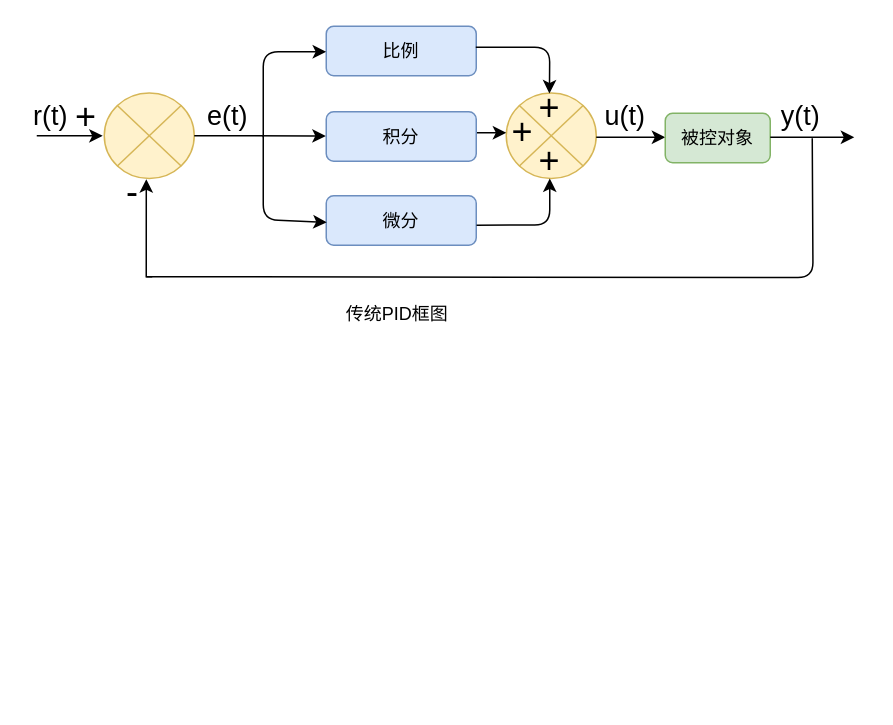
Before: 第二章绘图.drawio in madao101/draw, a draw.io diagram. Source tidied: cells renumbered, new cells numbered last; positions are measured from the earlier drawing's top-left corner, leaving out a move shared by most shapes. Both pictures are drawn from the tidied source at 150%, with x=0, y=0 at pixel (36, 26).
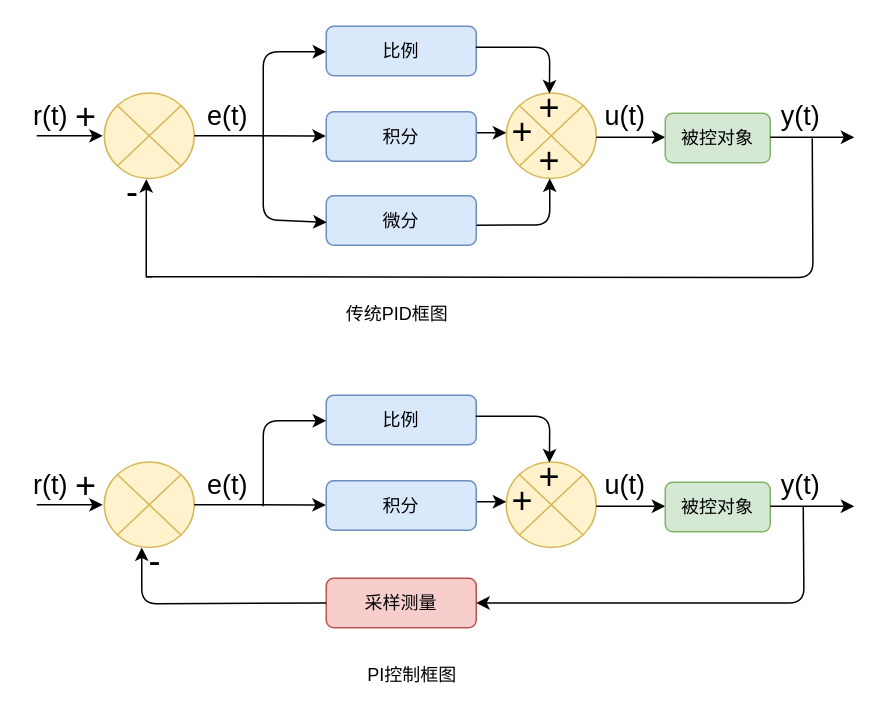
After the change.

Commit message:
更新第二章绘图.drawio

Diff of the diagram source:
```diff
@@
+    <mxCell id="29" style="endArrow=classic;html=1;rounded=1;entryX=-0.017;entryY=0.501;entryDx=0;entryDy=0;entryPerimeter=0;" parent="1" edge="1" target="31">
+      <mxGeometry relative="1" as="geometry">
+        <mxPoint y="319" as="sourcePoint" />
+      </mxGeometry>
+    </mxCell>
+    <mxCell id="30" value="比例" style="rounded=1;whiteSpace=wrap;html=1;shadow=0;glass=0;fillColor=#dae8fc;strokeColor=#6c8ebf;" parent="1" vertex="1">
+      <mxGeometry x="193" y="246" width="100" height="33" as="geometry" />
+    </mxCell>
+    <mxCell id="31" style="verticalLabelPosition=bottom;verticalAlign=top;html=1;shape=mxgraph.flowchart.or;rounded=1;fillColor=#fff2cc;strokeColor=#d6b656;" parent="1" vertex="1">
+      <mxGeometry x="45" y="290.5" width="60" height="57" as="geometry" />
+    </mxCell>
+    <mxCell id="32" value="积分" style="rounded=1;whiteSpace=wrap;html=1;fillColor=#dae8fc;strokeColor=#6c8ebf;" parent="1" vertex="1">
+      <mxGeometry x="193" y="303" width="100" height="33" as="geometry" />
+    </mxCell>
+    <mxCell id="33" style="verticalLabelPosition=bottom;verticalAlign=top;html=1;shape=mxgraph.flowchart.or;rounded=1;fillColor=#fff2cc;strokeColor=#d6b656;" parent="1" vertex="1">
+      <mxGeometry x="313" y="290.5" width="60" height="57" as="geometry" />
+    </mxCell>
+    <mxCell id="34" value="&lt;font style=&quot;font-size: 24px;&quot;&gt;+&lt;/font&gt;" style="text;strokeColor=none;align=center;fillColor=none;html=1;verticalAlign=middle;whiteSpace=wrap;rounded=0;" parent="1" vertex="1">
+      <mxGeometry x="25" y="292" width="16" height="30" as="geometry" />
+    </mxCell>
+    <mxCell id="35" value="&lt;span style=&quot;font-size: 18px; white-space: nowrap; background-color: rgb(255, 255, 255);&quot;&gt;r(t)&lt;/span&gt;" style="text;strokeColor=none;align=center;fillColor=none;html=1;verticalAlign=middle;whiteSpace=wrap;rounded=0;" parent="1" vertex="1">
+      <mxGeometry y="290.5" width="19" height="30" as="geometry" />
+    </mxCell>
+    <mxCell id="36" style="endArrow=classic;html=1;rounded=1;strokeColor=default;align=center;verticalAlign=middle;fontFamily=Helvetica;fontSize=11;fontColor=default;labelBackgroundColor=default;exitX=1;exitY=0.5;exitDx=0;exitDy=0;exitPerimeter=0;targetPerimeterSpacing=0;entryX=-0.003;entryY=0.489;entryDx=0;entryDy=0;entryPerimeter=0;" parent="1" edge="1" source="31" target="32">
+      <mxGeometry relative="1" as="geometry" />
+    </mxCell>
+    <mxCell id="37" style="endArrow=classic;html=1;rounded=1;strokeColor=default;align=center;verticalAlign=middle;fontFamily=Helvetica;fontSize=11;fontColor=default;labelBackgroundColor=default;entryX=-0.001;entryY=0.516;entryDx=0;entryDy=0;entryPerimeter=0;" parent="1" edge="1" target="30">
+      <mxGeometry relative="1" as="geometry">
+        <mxPoint x="151" y="320" as="sourcePoint" />
+        <Array as="points">
+          <mxPoint x="151" y="263" />
+        </Array>
+      </mxGeometry>
+    </mxCell>
+    <mxCell id="38" value="&lt;font style=&quot;font-size: 24px;&quot;&gt;-&lt;/font&gt;" style="text;strokeColor=none;align=center;fillColor=none;html=1;verticalAlign=middle;whiteSpace=wrap;rounded=0;" parent="1" vertex="1">
+      <mxGeometry x="71" y="342" width="16" height="30" as="geometry" />
+    </mxCell>
+    <mxCell id="39" value="&lt;span style=&quot;font-size: 18px; white-space: nowrap; background-color: rgb(255, 255, 255);&quot;&gt;e(t)&lt;/span&gt;" style="text;strokeColor=none;align=center;fillColor=none;html=1;verticalAlign=middle;whiteSpace=wrap;rounded=0;" parent="1" vertex="1">
+      <mxGeometry x="118" y="290.5" width="19" height="30" as="geometry" />
+    </mxCell>
+    <mxCell id="40" style="endArrow=classic;html=1;rounded=1;strokeColor=default;align=center;verticalAlign=middle;fontFamily=Helvetica;fontSize=11;fontColor=default;labelBackgroundColor=default;exitX=1;exitY=0.513;exitDx=0;exitDy=0;exitPerimeter=0;targetPerimeterSpacing=0;" parent="1" edge="1">
+      <mxGeometry relative="1" as="geometry">
+        <mxPoint x="373" y="320" as="sourcePoint" />
+        <mxPoint x="419" y="320" as="targetPoint" />
+      </mxGeometry>
+    </mxCell>
+    <mxCell id="41" value="被控对象" style="rounded=1;whiteSpace=wrap;html=1;shadow=0;glass=0;fillColor=#d5e8d4;strokeColor=#82b366;" parent="1" vertex="1">
+      <mxGeometry x="419" y="304" width="70" height="33" as="geometry" />
+    </mxCell>
+    <mxCell id="42" value="&lt;span style=&quot;font-size: 18px; white-space: nowrap; background-color: rgb(255, 255, 255);&quot;&gt;u(t)&lt;/span&gt;" style="text;strokeColor=none;align=center;fillColor=none;html=1;verticalAlign=middle;whiteSpace=wrap;rounded=0;" parent="1" vertex="1">
+      <mxGeometry x="383" y="290.5" width="19" height="30" as="geometry" />
+    </mxCell>
+    <mxCell id="43" style="endArrow=classic;html=1;rounded=1;strokeColor=default;align=center;verticalAlign=middle;fontFamily=Helvetica;fontSize=11;fontColor=default;labelBackgroundColor=default;exitX=1;exitY=0.513;exitDx=0;exitDy=0;exitPerimeter=0;targetPerimeterSpacing=0;" parent="1" edge="1">
+      <mxGeometry relative="1" as="geometry">
+        <mxPoint x="489" y="320" as="sourcePoint" />
+        <mxPoint x="545" y="320" as="targetPoint" />
+      </mxGeometry>
+    </mxCell>
+    <mxCell id="44" value="&lt;span style=&quot;font-size: 18px; white-space: nowrap; background-color: rgb(255, 255, 255);&quot;&gt;y(t)&lt;/span&gt;" style="text;strokeColor=none;align=center;fillColor=none;html=1;verticalAlign=middle;whiteSpace=wrap;rounded=0;" parent="1" vertex="1">
+      <mxGeometry x="500" y="290.5" width="19" height="30" as="geometry" />
+    </mxCell>
+    <mxCell id="45" style="endArrow=none;html=1;rounded=1;strokeColor=default;align=center;verticalAlign=middle;fontFamily=Helvetica;fontSize=11;fontColor=default;labelBackgroundColor=default;targetPerimeterSpacing=0;entryX=1.005;entryY=0.424;entryDx=0;entryDy=0;entryPerimeter=0;startArrow=classic;startFill=1;endFill=0;" parent="1" edge="1" target="32">
+      <mxGeometry relative="1" as="geometry">
+        <mxPoint x="313" y="317" as="sourcePoint" />
+      </mxGeometry>
+    </mxCell>
+    <mxCell id="46" style="endArrow=none;html=1;rounded=1;strokeColor=default;align=center;verticalAlign=middle;fontFamily=Helvetica;fontSize=11;fontColor=default;labelBackgroundColor=default;exitX=0.48;exitY=0.006;exitDx=0;exitDy=0;exitPerimeter=0;entryX=0.997;entryY=0.424;entryDx=0;entryDy=0;entryPerimeter=0;endFill=0;startArrow=classic;startFill=1;" parent="1" edge="1" source="33" target="30">
+      <mxGeometry relative="1" as="geometry">
+        <Array as="points">
+          <mxPoint x="342" y="260" />
+        </Array>
+      </mxGeometry>
+    </mxCell>
+    <mxCell id="47" value="&lt;font style=&quot;font-size: 24px;&quot;&gt;+&lt;/font&gt;" style="text;strokeColor=none;align=center;fillColor=none;html=1;verticalAlign=middle;whiteSpace=wrap;rounded=0;" parent="1" vertex="1">
+      <mxGeometry x="334" y="286" width="16" height="30" as="geometry" />
+    </mxCell>
+    <mxCell id="48" value="&lt;font style=&quot;font-size: 24px;&quot;&gt;+&lt;/font&gt;" style="text;strokeColor=none;align=center;fillColor=none;html=1;verticalAlign=middle;whiteSpace=wrap;rounded=0;" parent="1" vertex="1">
+      <mxGeometry x="316" y="302" width="16" height="30" as="geometry" />
+    </mxCell>
+    <mxCell id="49" value="PI控制框图" style="text;strokeColor=none;align=center;fillColor=none;html=1;verticalAlign=middle;whiteSpace=wrap;rounded=0;" parent="1" vertex="1">
+      <mxGeometry x="152" y="418" width="197" height="30" as="geometry" />
+    </mxCell>
+    <mxCell id="50" value="采样测量" style="rounded=1;whiteSpace=wrap;html=1;fillColor=#f8cecc;strokeColor=#b85450;" parent="1" vertex="1">
+      <mxGeometry x="193" y="368" width="100" height="33" as="geometry" />
+    </mxCell>
+    <mxCell id="51" style="endArrow=none;html=1;rounded=1;strokeColor=default;align=center;verticalAlign=middle;fontFamily=Helvetica;fontSize=11;fontColor=default;labelBackgroundColor=default;entryX=0.423;entryY=1.002;entryDx=0;entryDy=0;entryPerimeter=0;edgeStyle=orthogonalEdgeStyle;endFill=0;exitX=1;exitY=0.5;exitDx=0;exitDy=0;startArrow=classic;startFill=1;" parent="1" edge="1" source="50">
+      <mxGeometry relative="1" as="geometry">
+        <mxPoint x="511" y="320" as="targetPoint" />
+      </mxGeometry>
+    </mxCell>
+    <mxCell id="52" style="endArrow=classic;html=1;rounded=1;entryX=1;entryY=0.25;entryDx=0;entryDy=0;exitX=0;exitY=0.5;exitDx=0;exitDy=0;curved=0;" parent="1" edge="1" source="50">
+      <mxGeometry relative="1" as="geometry">
+        <mxPoint x="70" y="347.5" as="targetPoint" />
+        <Array as="points">
+          <mxPoint x="70" y="385" />
+        </Array>
+      </mxGeometry>
+    </mxCell>
```
